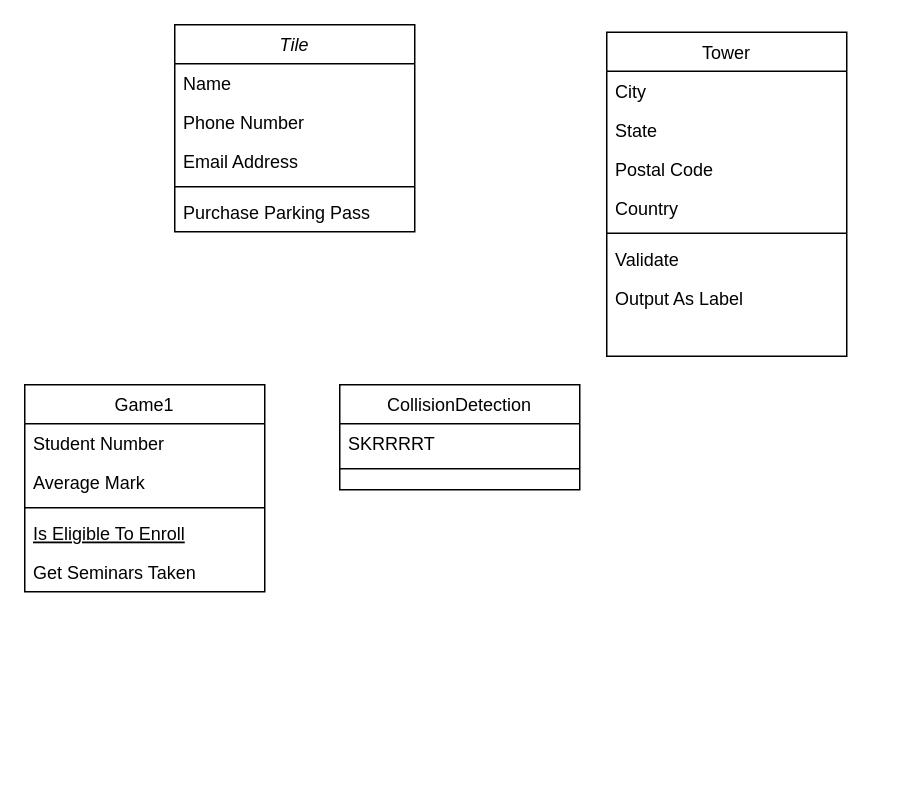
Above: Untitled Diagram.drawio in TureLindblad/Grupp5Game (draw.io), before the change. Source tidied: cells renumbered, new cells numbered last; positions are measured from the earlier drawing's top-left corner, leaving out a move shared by most shapes. Both pictures are drawn from the tidied source at 150%, with x=0, y=0 at pixel (24, 24).
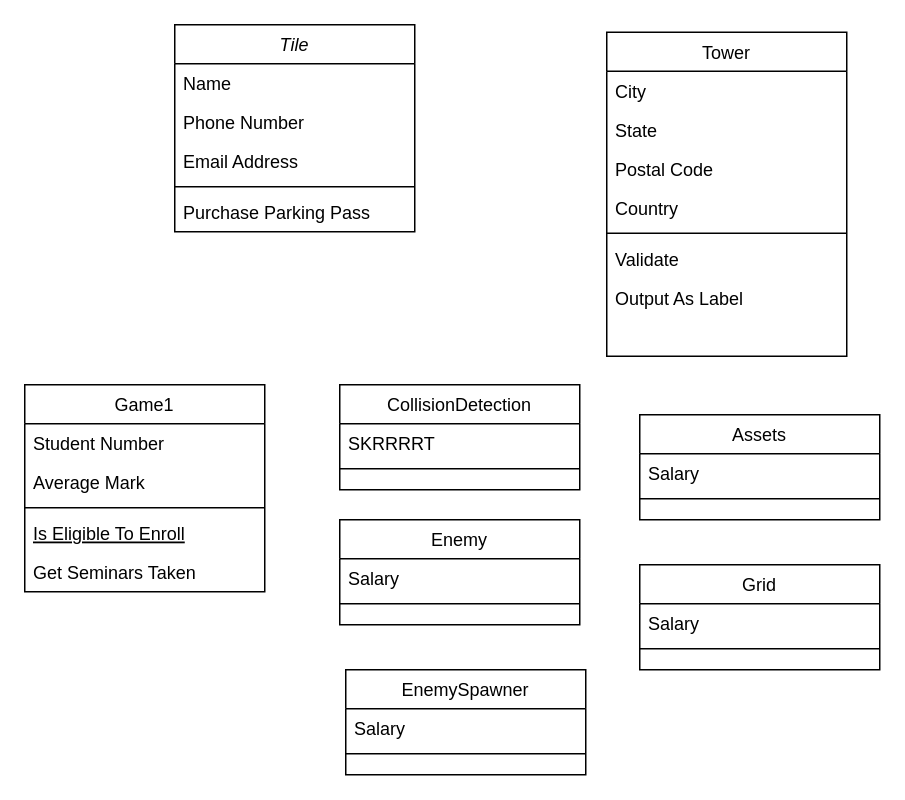
After the change.

The edit, as a diff of the source:
```diff
@@
+    <mxCell id="25" value="Assets&#10;" style="swimlane;fontStyle=0;align=center;verticalAlign=top;horizontal=1;startSize=26;rounded=0;shadow=0;strokeWidth=1;" parent="1" vertex="1">
+      <mxGeometry x="410" y="260" width="160" height="70" as="geometry" />
+    </mxCell>
+    <mxCell id="26" value="Salary" style="text;align=left;verticalAlign=top;spacingLeft=4;spacingRight=4;overflow=hidden;" parent="25" vertex="1">
+      <mxGeometry y="26" width="160" height="26" as="geometry" />
+    </mxCell>
+    <mxCell id="27" style="line;html=1;strokeWidth=1;align=left;verticalAlign=middle;spacingTop=-1;spacingLeft=3;spacingRight=3;labelPosition=right;" parent="25" vertex="1">
+      <mxGeometry y="52" width="160" height="8" as="geometry" />
+    </mxCell>
+    <mxCell id="28" value="Enemy" style="swimlane;fontStyle=0;align=center;verticalAlign=top;horizontal=1;startSize=26;rounded=0;shadow=0;strokeWidth=1;" parent="1" vertex="1">
+      <mxGeometry x="210" y="330" width="160" height="70" as="geometry" />
+    </mxCell>
+    <mxCell id="29" value="Salary" style="text;align=left;verticalAlign=top;spacingLeft=4;spacingRight=4;overflow=hidden;" parent="28" vertex="1">
+      <mxGeometry y="26" width="160" height="26" as="geometry" />
+    </mxCell>
+    <mxCell id="30" style="line;html=1;strokeWidth=1;align=left;verticalAlign=middle;spacingTop=-1;spacingLeft=3;spacingRight=3;labelPosition=right;" parent="28" vertex="1">
+      <mxGeometry y="52" width="160" height="8" as="geometry" />
+    </mxCell>
+    <mxCell id="31" value="Grid&#10;" style="swimlane;fontStyle=0;align=center;verticalAlign=top;horizontal=1;startSize=26;rounded=0;shadow=0;strokeWidth=1;" parent="1" vertex="1">
+      <mxGeometry x="410" y="360" width="160" height="70" as="geometry" />
+    </mxCell>
+    <mxCell id="32" value="Salary" style="text;align=left;verticalAlign=top;spacingLeft=4;spacingRight=4;overflow=hidden;" parent="31" vertex="1">
+      <mxGeometry y="26" width="160" height="26" as="geometry" />
+    </mxCell>
+    <mxCell id="33" style="line;html=1;strokeWidth=1;align=left;verticalAlign=middle;spacingTop=-1;spacingLeft=3;spacingRight=3;labelPosition=right;" parent="31" vertex="1">
+      <mxGeometry y="52" width="160" height="8" as="geometry" />
+    </mxCell>
+    <mxCell id="34" value="EnemySpawner" style="swimlane;fontStyle=0;align=center;verticalAlign=top;horizontal=1;startSize=26;rounded=0;shadow=0;strokeWidth=1;" parent="1" vertex="1">
+      <mxGeometry x="214" y="430" width="160" height="70" as="geometry" />
+    </mxCell>
+    <mxCell id="35" value="Salary" style="text;align=left;verticalAlign=top;spacingLeft=4;spacingRight=4;overflow=hidden;" parent="34" vertex="1">
+      <mxGeometry y="26" width="160" height="26" as="geometry" />
+    </mxCell>
+    <mxCell id="36" style="line;html=1;strokeWidth=1;align=left;verticalAlign=middle;spacingTop=-1;spacingLeft=3;spacingRight=3;labelPosition=right;" parent="34" vertex="1">
+      <mxGeometry y="52" width="160" height="8" as="geometry" />
+    </mxCell>
```
